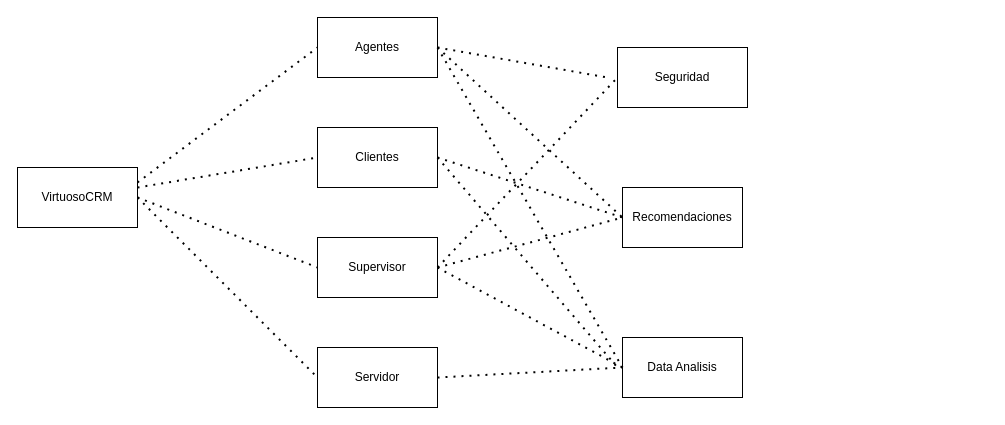
Above: Diagrama sin título.drawio in JuanMartinez1906/Primer-Commit-1 (draw.io), before the change. Source tidied: cells renumbered, new cells numbered last; positions are measured from the earlier drawing's top-left corner, leaving out a move shared by most shapes. Both pictures are drawn from the tidied source at 100%, with x=0, y=0 at pixel (17, 17).
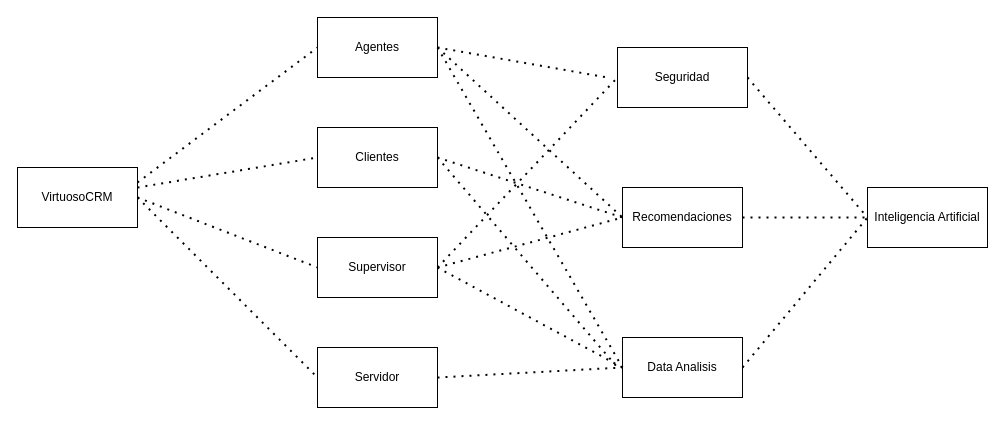
The same diagram, later.

Unchanged cells that the change refers to:
```xml
<mxCell id="11" value="Seguridad" style="rounded=0;whiteSpace=wrap;html=1;" parent="1" vertex="1">
  <mxGeometry x="600" y="30" width="130" height="60" as="geometry" />
</mxCell>
<mxCell id="12" value="Recomendaciones" style="rounded=0;whiteSpace=wrap;html=1;" parent="1" vertex="1">
  <mxGeometry x="605" y="170" width="120" height="60" as="geometry" />
</mxCell>
<mxCell id="13" value="Data Analisis" style="rounded=0;whiteSpace=wrap;html=1;" parent="1" vertex="1">
  <mxGeometry x="605" y="320" width="120" height="60" as="geometry" />
</mxCell>
```

The edit, as a diff of the source:
```diff
@@
+    <mxCell id="23" value="Inteligencia Artificial" style="rounded=0;whiteSpace=wrap;html=1;" parent="1" vertex="1">
+      <mxGeometry x="850" y="170" width="120" height="60" as="geometry" />
+    </mxCell>
+    <mxCell id="24" style="endArrow=none;dashed=1;html=1;dashPattern=1 3;strokeWidth=2;rounded=0;exitX=1;exitY=0.5;exitDx=0;exitDy=0;entryX=0;entryY=0.5;entryDx=0;entryDy=0;" parent="1" edge="1" source="12" target="23">
+      <mxGeometry relative="1" as="geometry" />
+    </mxCell>
+    <mxCell id="25" style="endArrow=none;dashed=1;html=1;dashPattern=1 3;strokeWidth=2;rounded=0;exitX=1;exitY=0.5;exitDx=0;exitDy=0;entryX=0;entryY=0.5;entryDx=0;entryDy=0;" parent="1" edge="1" source="11" target="23">
+      <mxGeometry relative="1" as="geometry" />
+    </mxCell>
+    <mxCell id="26" style="endArrow=none;dashed=1;html=1;dashPattern=1 3;strokeWidth=2;rounded=0;exitX=1;exitY=0.5;exitDx=0;exitDy=0;entryX=0;entryY=0.5;entryDx=0;entryDy=0;" parent="1" edge="1" source="13" target="23">
+      <mxGeometry relative="1" as="geometry" />
+    </mxCell>
```
